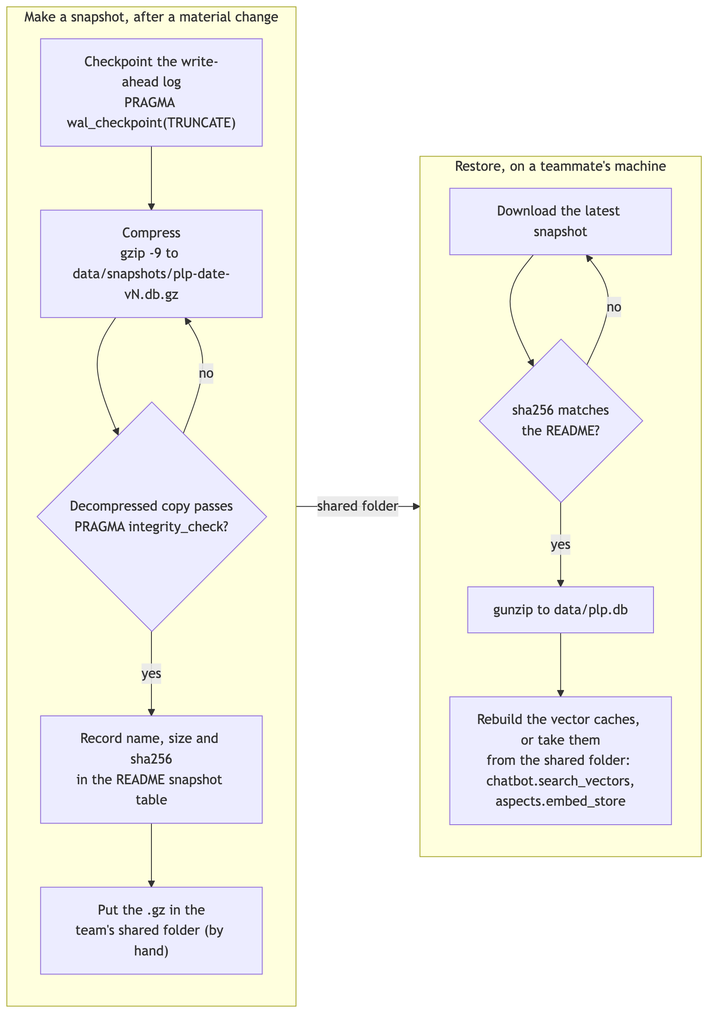
The Mermaid diagram docs/diagrams/img/18-snapshots.png in Gavingyh/plp-project, before a commit. Its source is kept beside it as docs/diagrams/src/18-snapshots.mmd. Source of this version:
```mermaid
flowchart LR
  accTitle: Database snapshot and restore
  accDescr: The owner checkpoints the write-ahead log, compresses the database, verifies the copy, records its checksum in the README and puts it in the team's shared folder. A teammate downloads it, checks the checksum and decompresses it to data/plp.db; the two vector caches are rebuilt locally or taken from the shared folder.

  subgraph make["Make a snapshot, after a material change"]
    direction TB
    ck["Checkpoint the write-ahead log<br/>PRAGMA wal_checkpoint(TRUNCATE)"]
    gz["Compress<br/>gzip -9 to data/snapshots/plp-date-vN.db.gz"]
    ver{"Decompressed copy passes<br/>PRAGMA integrity_check?"}
    sha["Record name, size and sha256<br/>in the README snapshot table"]
    up["Put the .gz in the<br/>team's shared folder (by hand)"]
  end

  subgraph use["Restore, on a teammate's machine"]
    direction TB
    dl["Download the latest snapshot"]
    same{"sha256 matches<br/>the README?"}
    un["gunzip to data/plp.db"]
    emb["Rebuild the vector caches, or take them<br/>from the shared folder: chatbot.search_vectors,<br/>aspects.embed_store"]
  end

  ck --> gz --> ver
  ver -- yes --> sha --> up
  ver -- no --> gz
  make -- "shared folder" --> use
  dl --> same
  same -- yes --> un --> emb
  same -- no --> dl
```
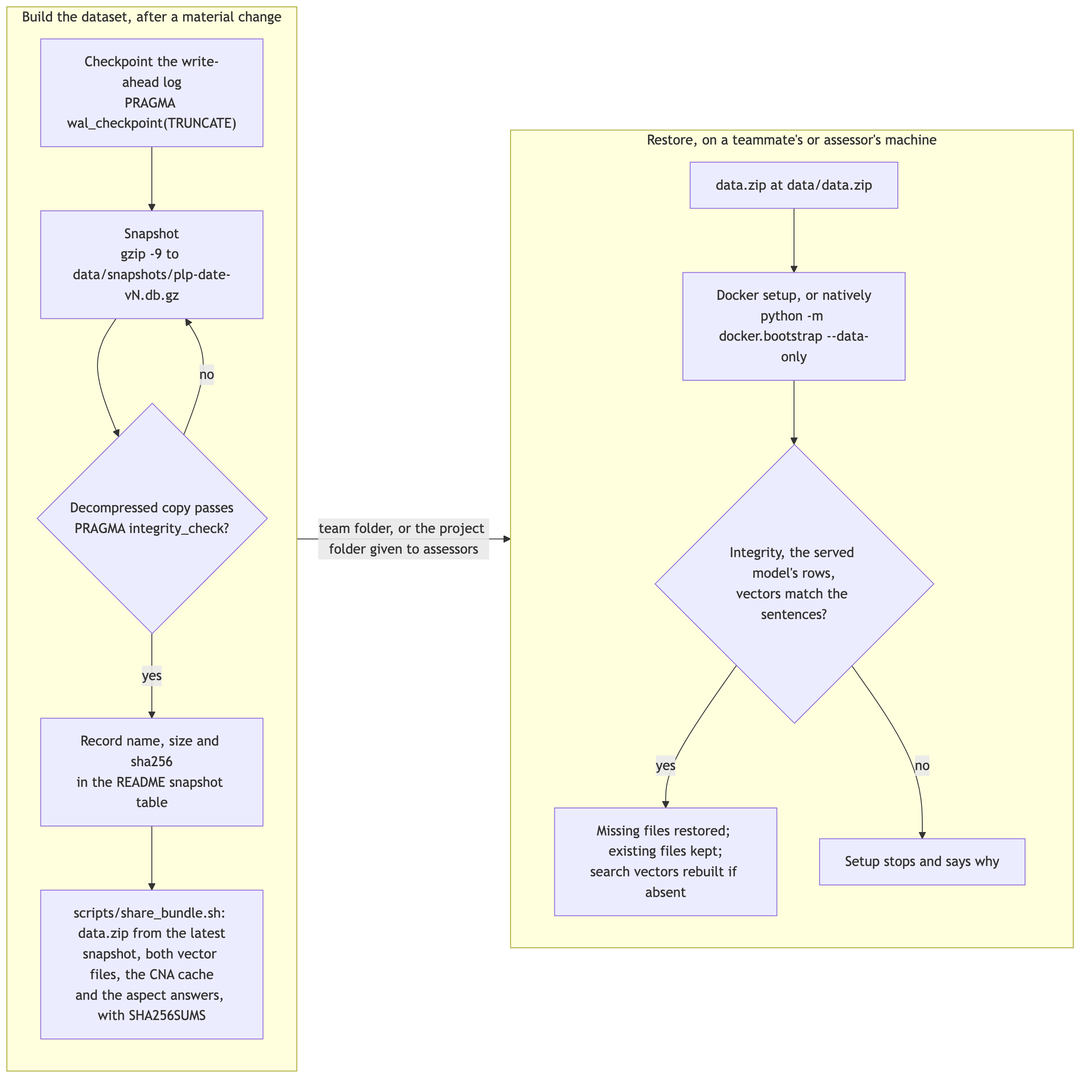
Later version of the same file.

Change to the diagram source:
```diff
@@ -1,28 +1,29 @@
 flowchart LR
-  accTitle: Database snapshot and restore
-  accDescr: The owner checkpoints the write-ahead log, compresses the database, verifies the copy, records its checksum in the README and puts it in the team's shared folder. A teammate downloads it, checks the checksum and decompresses it to data/plp.db; the two vector caches are rebuilt locally or taken from the shared folder.
+  accTitle: Building and restoring the dataset
+  accDescr: The owner checkpoints and snapshots the database, verifies the copy and records its checksum, then builds data.zip from the latest snapshot, both vector files, the CNA cache and the aspect answers. A teammate or assessor puts data.zip at data/data.zip; Docker setup, or the same script run natively, checks it and restores the missing files.
 
-  subgraph make["Make a snapshot, after a material change"]
+  subgraph make["Build the dataset, after a material change"]
     direction TB
     ck["Checkpoint the write-ahead log<br/>PRAGMA wal_checkpoint(TRUNCATE)"]
-    gz["Compress<br/>gzip -9 to data/snapshots/plp-date-vN.db.gz"]
+    gz["Snapshot<br/>gzip -9 to data/snapshots/plp-date-vN.db.gz"]
     ver{"Decompressed copy passes<br/>PRAGMA integrity_check?"}
     sha["Record name, size and sha256<br/>in the README snapshot table"]
-    up["Put the .gz in the<br/>team's shared folder (by hand)"]
+    zip["scripts/share_bundle.sh: data.zip from the latest<br/>snapshot, both vector files, the CNA cache<br/>and the aspect answers, with SHA256SUMS"]
   end
 
-  subgraph use["Restore, on a teammate's machine"]
+  subgraph use["Restore, on a teammate's or assessor's machine"]
     direction TB
-    dl["Download the latest snapshot"]
-    same{"sha256 matches<br/>the README?"}
-    un["gunzip to data/plp.db"]
-    emb["Rebuild the vector caches, or take them<br/>from the shared folder: chatbot.search_vectors,<br/>aspects.embed_store"]
+    put["data.zip at data/data.zip"]
+    boot["Docker setup, or natively<br/>python -m docker.bootstrap --data-only"]
+    chk{"Integrity, the served model's rows,<br/>vectors match the sentences?"}
+    ok["Missing files restored; existing files kept;<br/>search vectors rebuilt if absent"]
+    stop["Setup stops and says why"]
   end
 
   ck --> gz --> ver
-  ver -- yes --> sha --> up
+  ver -- yes --> sha --> zip
   ver -- no --> gz
-  make -- "shared folder" --> use
-  dl --> same
-  same -- yes --> un --> emb
-  same -- no --> dl
+  make -- "team folder, or the project folder given to assessors" --> use
+  put --> boot --> chk
+  chk -- yes --> ok
+  chk -- no --> stop
```
